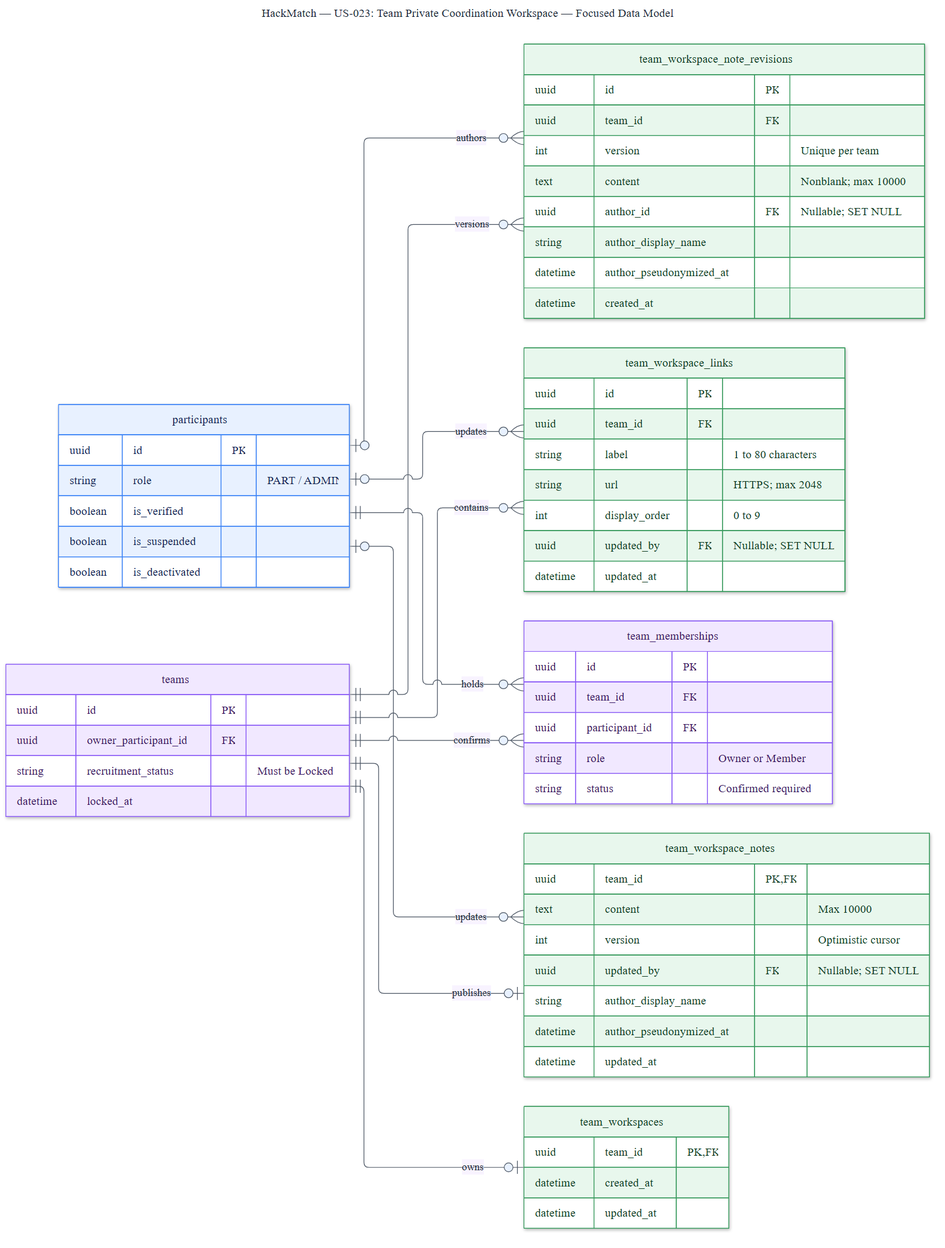
Before: docs/diagrams/US-023/US-023-private-workspace-data-model.png, a diagram exported from Mermaid (comp313-g1/HackMatch). Its source is kept beside it as docs/diagrams/US-023/US-023-private-workspace-data-model.mmd. Its diagram source:
```mermaid
---
title: "HackMatch — US-023: Team Private Coordination Workspace — Focused Data Model"
---
%%{init: {"theme":"base","themeVariables":{"background":"#ffffff","primaryColor":"#e8f1ff","primaryTextColor":"#1f2937","primaryBorderColor":"#3b82f6","lineColor":"#4b5563","tertiaryColor":"#f1e8ff","fontFamily":"Arial, sans-serif"},"er":{"useMaxWidth":true,"diagramPadding":24,"layoutDirection":"LR","minEntityWidth":255,"minEntityHeight":75,"entityPadding":14,"stroke":"#4b5563","fill":"#ffffff","fontSize":14}}}%%
erDiagram
    direction LR

    PARTICIPANTS ||--o{ TEAM_MEMBERSHIPS : holds
    TEAMS ||--o{ TEAM_MEMBERSHIPS : confirms
    TEAMS ||--o| TEAM_WORKSPACES : owns
    TEAMS ||--o{ TEAM_WORKSPACE_LINKS : contains
    TEAMS ||--o| TEAM_WORKSPACE_NOTES : publishes
    TEAMS ||--o{ TEAM_WORKSPACE_NOTE_REVISIONS : versions
    PARTICIPANTS o|--o{ TEAM_WORKSPACE_LINKS : updates
    PARTICIPANTS o|--o{ TEAM_WORKSPACE_NOTES : updates
    PARTICIPANTS o|--o{ TEAM_WORKSPACE_NOTE_REVISIONS : authors

    PARTICIPANTS["participants"] {
        uuid id PK
        string role "PART / ADMIN"
        boolean is_verified
        boolean is_suspended
        boolean is_deactivated
    }

    TEAMS["teams"] {
        uuid id PK
        uuid owner_participant_id FK
        string recruitment_status "Must be Locked"
        datetime locked_at
    }

    TEAM_MEMBERSHIPS["team_memberships"] {
        uuid id PK
        uuid team_id FK
        uuid participant_id FK
        string role "Owner or Member"
        string status "Confirmed required"
    }

    TEAM_WORKSPACES["team_workspaces"] {
        uuid team_id PK, FK
        datetime created_at
        datetime updated_at
    }

    TEAM_WORKSPACE_LINKS["team_workspace_links"] {
        uuid id PK
        uuid team_id FK
        string label "1 to 80 characters"
        string url "HTTPS; max 2048"
        int display_order "0 to 9"
        uuid updated_by FK "Nullable; SET NULL"
        datetime updated_at
    }

    TEAM_WORKSPACE_NOTES["team_workspace_notes"] {
        uuid team_id PK, FK
        text content "Max 10000"
        int version "Optimistic cursor"
        uuid updated_by FK "Nullable; SET NULL"
        string author_display_name
        datetime author_pseudonymized_at
        datetime updated_at
    }

    TEAM_WORKSPACE_NOTE_REVISIONS["team_workspace_note_revisions"] {
        uuid id PK
        uuid team_id FK
        int version "Unique per team"
        text content "Nonblank; max 10000"
        uuid author_id FK "Nullable; SET NULL"
        string author_display_name
        datetime author_pseudonymized_at
        datetime created_at
    }

    classDef identity fill:#e8f1ff,stroke:#3b82f6,color:#172554
    classDef team fill:#f1e8ff,stroke:#8b5cf6,color:#3b1d64
    classDef persistence fill:#e8f7ed,stroke:#3a9b5f,color:#123d24
    class PARTICIPANTS identity
    class TEAMS,TEAM_MEMBERSHIPS team
    class TEAM_WORKSPACES,TEAM_WORKSPACE_LINKS,TEAM_WORKSPACE_NOTES,TEAM_WORKSPACE_NOTE_REVISIONS persistence
```
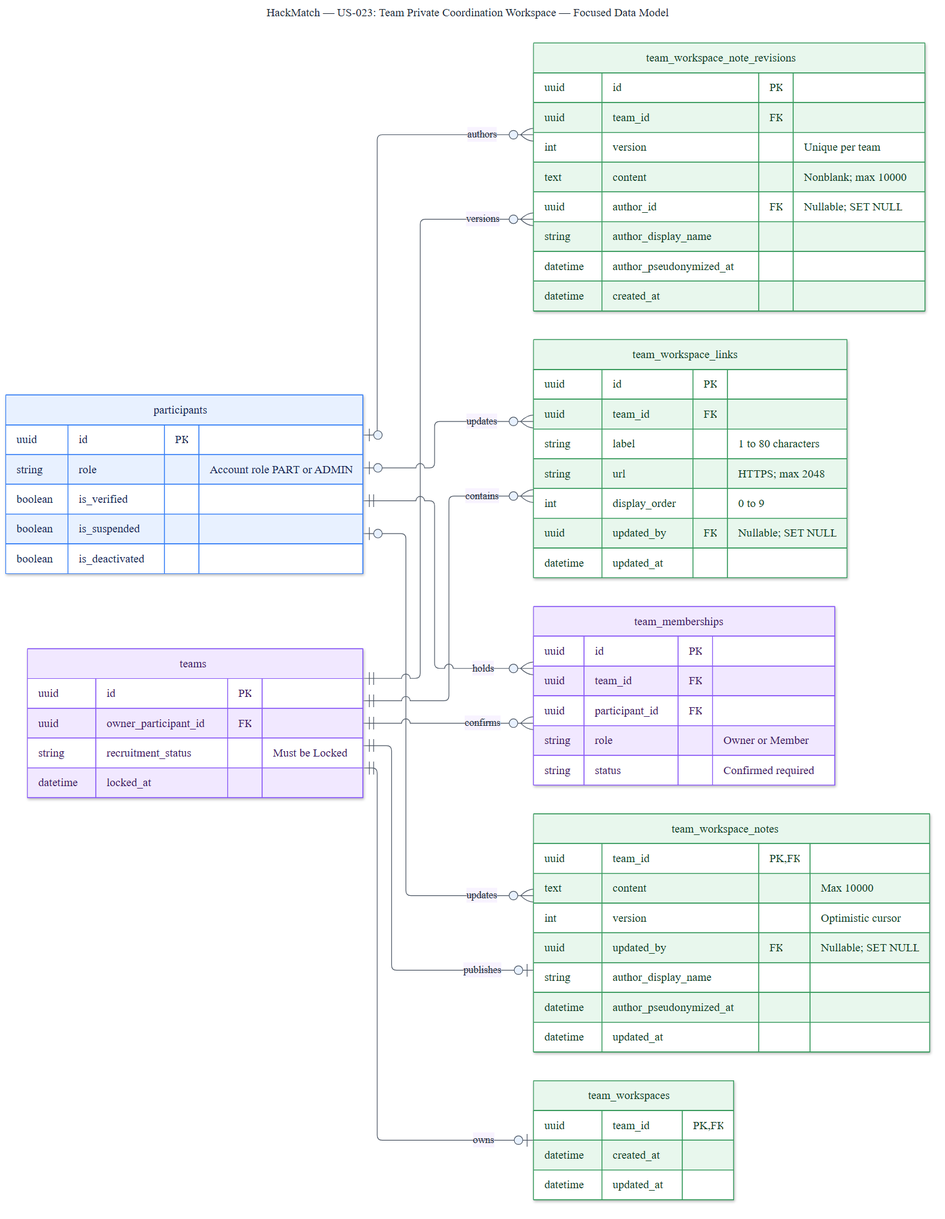
After the commit.

Diff of the diagram source:
```diff
@@ -17,7 +17,7 @@
 
     PARTICIPANTS["participants"] {
         uuid id PK
-        string role "PART / ADMIN"
+        string role "Account role PART or ADMIN"
         boolean is_verified
         boolean is_suspended
         boolean is_deactivated
```
